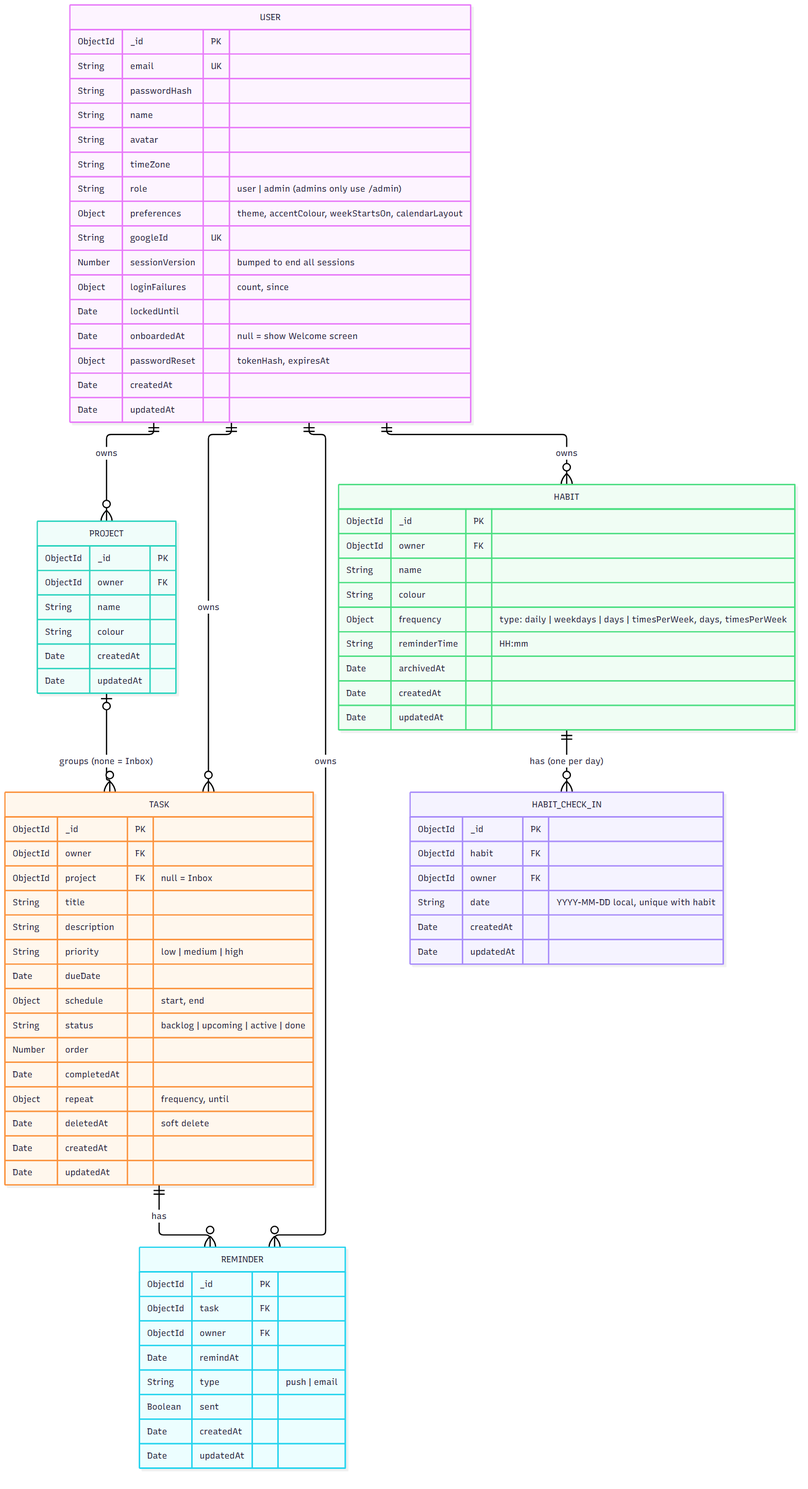
The Mermaid diagram docs/erd.png in khang-ngo4444/VCD_Agendal, before a commit. Its source is kept beside it as docs/erd.mmd.
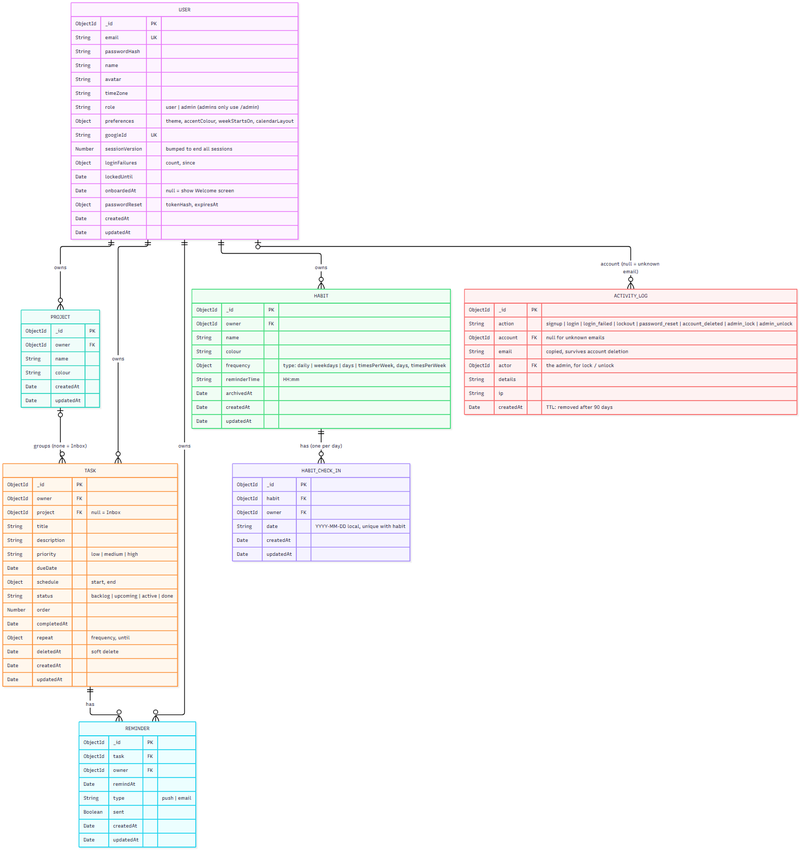
Later version of the same file.

The edit, as a diff of the source:
```diff
@@ -6,6 +6,7 @@
     TASK ||--o{ REMINDER : has
     USER ||--o{ HABIT : owns
     HABIT ||--o{ HABIT_CHECK_IN : "has (one per day)"
+    USER |o--o{ ACTIVITY_LOG : "account (null = unknown email)"
 
     USER {
         ObjectId _id PK
@@ -79,3 +80,13 @@
         Date createdAt
         Date updatedAt
     }
+    ACTIVITY_LOG {
+        ObjectId _id PK
+        String action "signup | login | login_failed | lockout | password_reset | account_deleted | admin_lock | admin_unlock"
+        ObjectId account FK "null for unknown emails"
+        String email "copied, survives account deletion"
+        ObjectId actor FK "the admin, for lock / unlock"
+        String details
+        String ip
+        Date createdAt "TTL: removed after 90 days"
+    }
```
